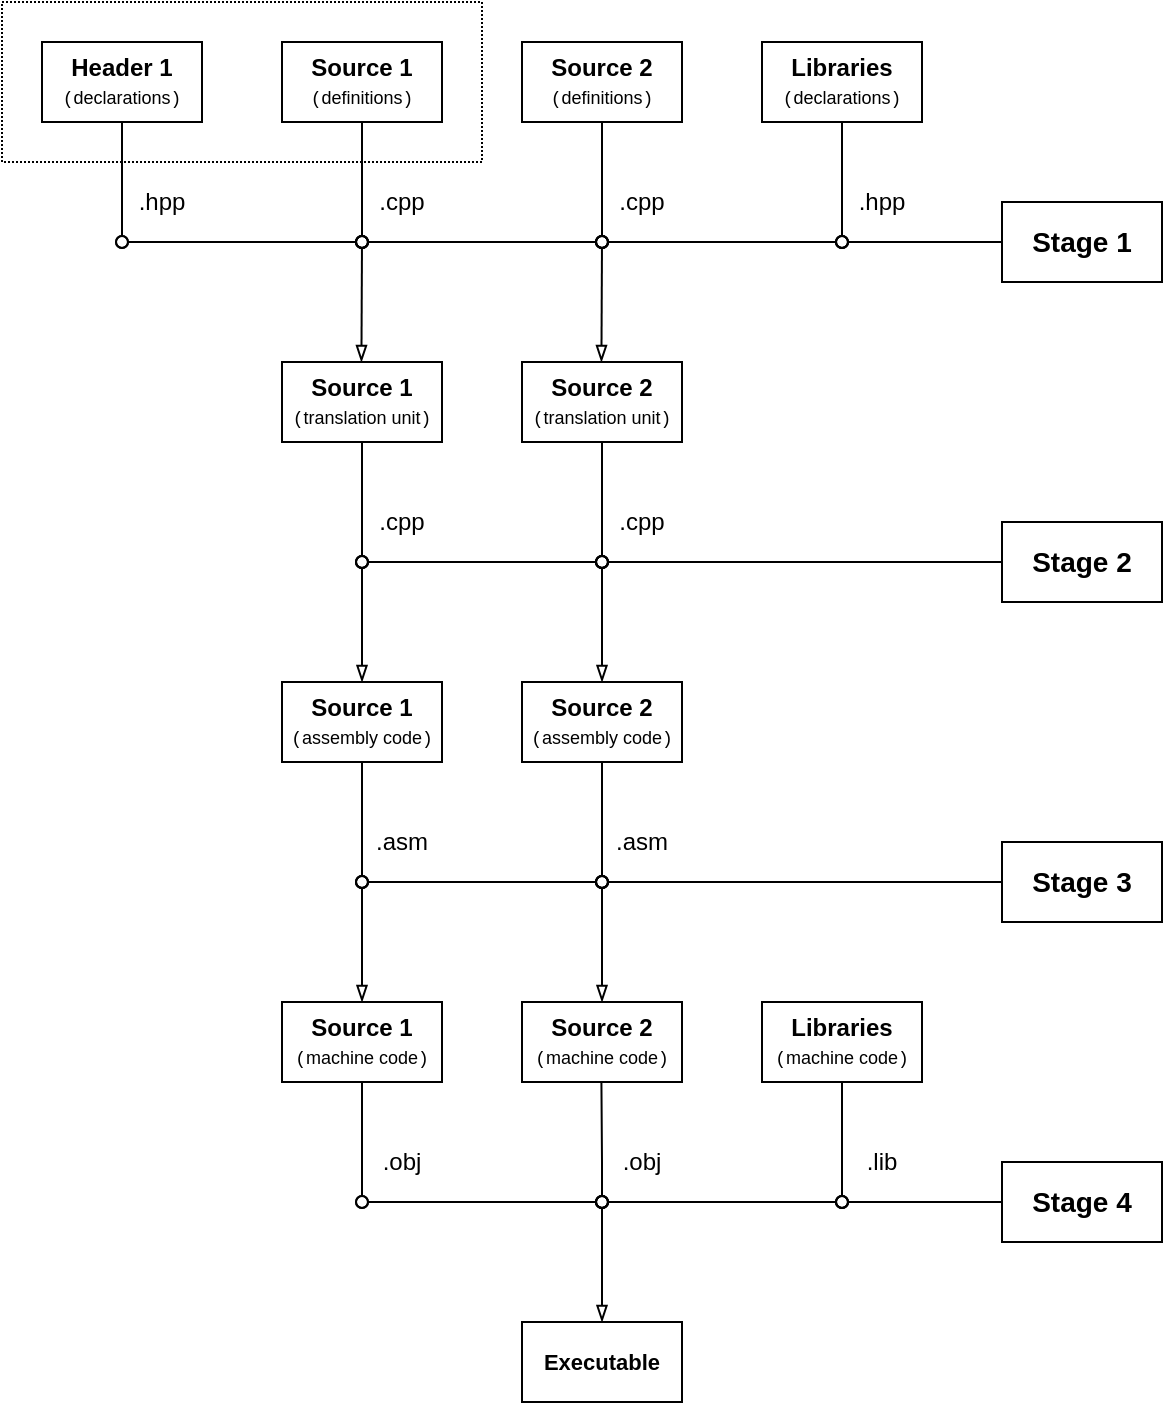
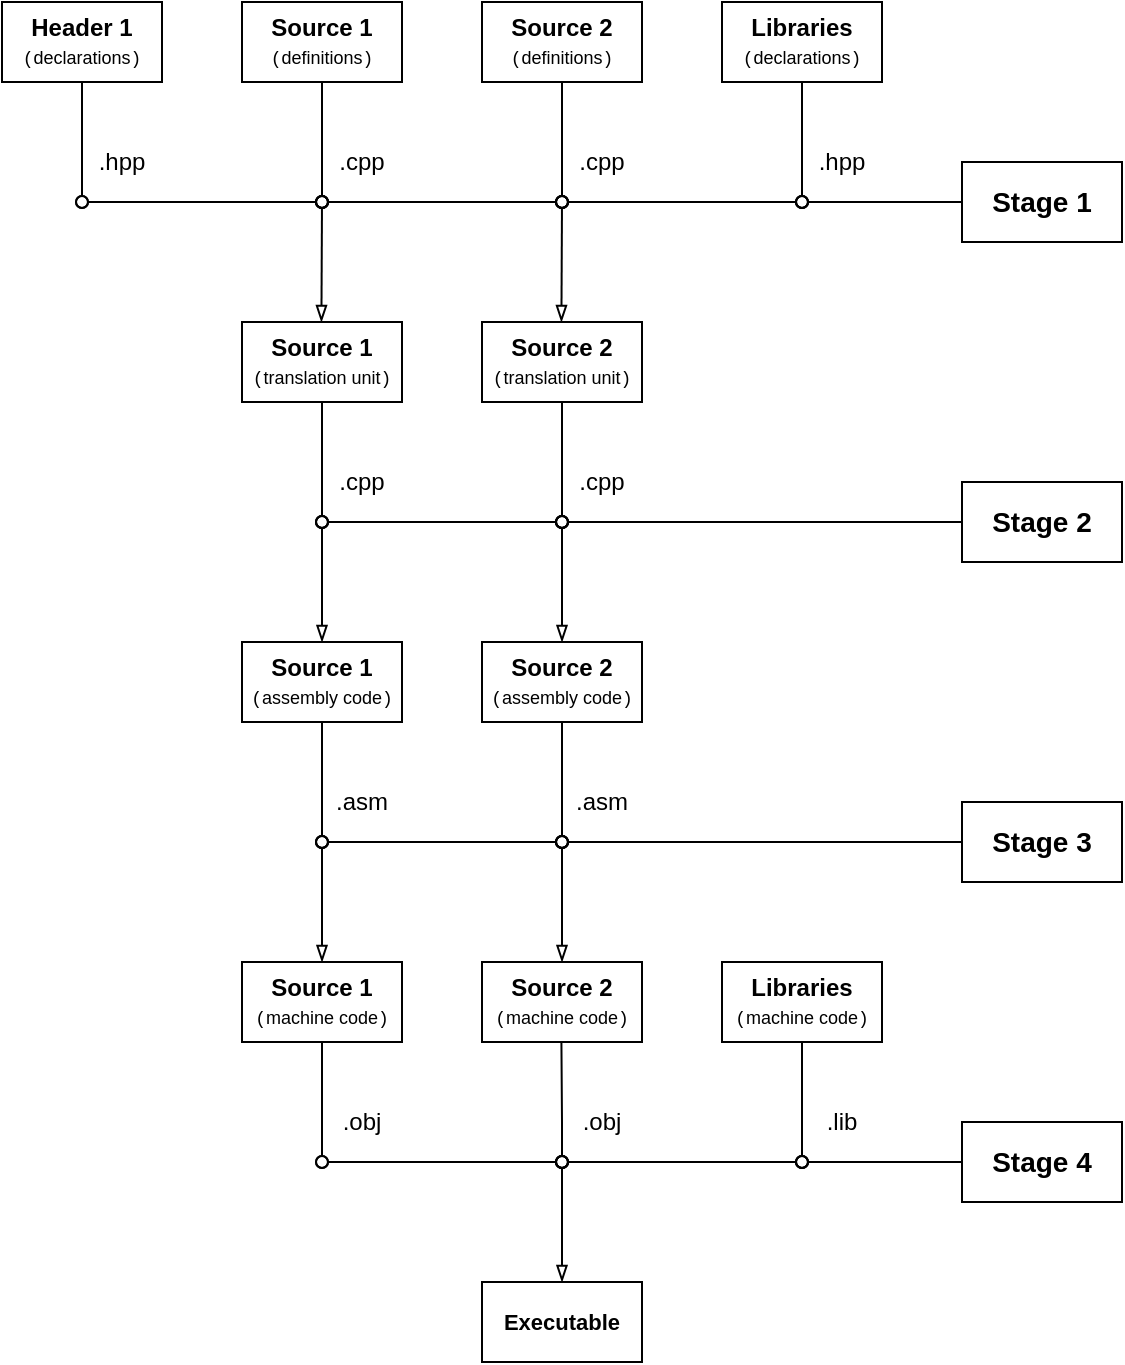
<mxfile host="app.diagrams.net" agent="Mozilla/5.0 (X11; Linux x86_64) AppleWebKit/537.36 (KHTML, like Gecko) Chrome/131.0.0.0 Safari/537.36">
  <diagram name="Страница — 1" id="S_IzX6l6qBvCFPKK4t_y">
-     <mxGraphModel dx="1348" dy="793" grid="1" gridSize="10" guides="1" tooltips="1" connect="1" arrows="1" fold="1" page="0" pageScale="1" pageWidth="827" pageHeight="1169" math="0" shadow="0">
+     <mxGraphModel dx="1348" dy="913" grid="0" gridSize="10" guides="1" tooltips="1" connect="1" arrows="1" fold="1" page="0" pageScale="1" pageWidth="827" pageHeight="1169" math="0" shadow="0">
      <root>
        <mxCell id="0" />
        <mxCell id="1" parent="0" />
-         <mxCell id="GgP-nV2CVQ64mw5wIq2N-1" parent="1" style="rounded=0;whiteSpace=wrap;html=1;fillColor=none;dashed=1;dashPattern=1 1;" value="" vertex="1">
-           <mxGeometry height="80" width="240" x="180" y="180" as="geometry" />
-         </mxCell>
        <mxCell id="p5cIM7SI1FKslKuhm6dL-2" parent="1" style="rounded=0;whiteSpace=wrap;html=1;fillColor=none;" value="&lt;b&gt;&lt;font face=&quot;Helvetica&quot; style=&quot;font-size: 14px;&quot;&gt;Stage 1&lt;/font&gt;&lt;/b&gt;" vertex="1">
          <mxGeometry height="40" width="80" x="680" y="280" as="geometry" />
        </mxCell>
        <mxCell id="p5cIM7SI1FKslKuhm6dL-3" parent="1" style="rounded=0;whiteSpace=wrap;html=1;" value="&lt;font&gt;&lt;font face=&quot;Helvetica&quot;&gt;&lt;b style=&quot;&quot;&gt;Source 1&lt;/b&gt;&lt;/font&gt;&lt;/font&gt;&lt;div&gt;&lt;font style=&quot;font-size: 9px;&quot;&gt;&lt;font style=&quot;&quot;&gt;&lt;span style=&quot;background-color: transparent; color: light-dark(rgb(0, 0, 0), rgb(255, 255, 255));&quot;&gt;&lt;font face=&quot;Courier New&quot;&gt;(&lt;/font&gt;definitions&lt;/span&gt;&lt;/font&gt;&lt;span style=&quot;background-color: transparent; color: light-dark(rgb(0, 0, 0), rgb(255, 255, 255));&quot;&gt;&lt;font face=&quot;Courier New&quot;&gt;)&lt;/font&gt;&lt;/span&gt;&lt;/font&gt;&lt;/div&gt;" vertex="1">
          <mxGeometry height="40" width="80" x="320" y="200" as="geometry" />
        </mxCell>
        <mxCell id="p5cIM7SI1FKslKuhm6dL-4" parent="1" style="rounded=0;whiteSpace=wrap;html=1;" value="&lt;font face=&quot;Helvetica&quot;&gt;&lt;b style=&quot;&quot;&gt;Source 2&lt;/b&gt;&lt;/font&gt;&lt;div&gt;&lt;font style=&quot;font-size: 9px;&quot;&gt;&lt;font style=&quot;&quot; face=&quot;Courier New&quot;&gt;(&lt;/font&gt;definitions&lt;span style=&quot;color: light-dark(rgb(0, 0, 0), rgb(255, 255, 255)); background-color: transparent;&quot;&gt;&lt;font face=&quot;Courier New&quot; style=&quot;&quot;&gt;)&lt;/font&gt;&lt;/span&gt;&lt;/font&gt;&lt;/div&gt;" vertex="1">
          <mxGeometry height="40" width="80" x="440" y="200" as="geometry" />
        </mxCell>
        <mxCell id="p5cIM7SI1FKslKuhm6dL-5" parent="1" style="rounded=0;whiteSpace=wrap;html=1;" value="&lt;b&gt;&lt;font&gt;Source 1&lt;/font&gt;&lt;/b&gt;&lt;div&gt;&lt;font style=&quot;font-size: 9px;&quot;&gt;&lt;font face=&quot;Courier New&quot;&gt;(&lt;/font&gt;translation unit&lt;font face=&quot;Courier New&quot;&gt;)&lt;/font&gt;&lt;/font&gt;&lt;/div&gt;" vertex="1">
          <mxGeometry height="40" width="80" x="320" y="360" as="geometry" />
        </mxCell>
        <mxCell id="p5cIM7SI1FKslKuhm6dL-32" parent="1" style="rounded=0;whiteSpace=wrap;html=1;" value="&lt;b style=&quot;font-family: Helvetica;&quot;&gt;&lt;font&gt;Header 1&lt;/font&gt;&lt;/b&gt;&lt;br&gt;&lt;font style=&quot;font-size: 9px;&quot; face=&quot;Courier New&quot;&gt;(&lt;/font&gt;&lt;font style=&quot;font-size: 9px;&quot;&gt;declarations&lt;font face=&quot;Courier New&quot;&gt;)&lt;/font&gt;&lt;/font&gt;" vertex="1">
          <mxGeometry height="40" width="80" x="200" y="200" as="geometry" />
        </mxCell>
        <mxCell id="p5cIM7SI1FKslKuhm6dL-38" edge="1" parent="1" style="endArrow=oval;html=1;rounded=0;startArrow=oval;startFill=0;endFill=0;" value="">
          <mxGeometry height="50" relative="1" width="50" as="geometry">
            <mxPoint x="480" y="300" as="sourcePoint" />
            <mxPoint x="600" y="300" as="targetPoint" />
          </mxGeometry>
        </mxCell>
        <mxCell id="p5cIM7SI1FKslKuhm6dL-41" edge="1" parent="1" style="endArrow=blockThin;html=1;rounded=0;endFill=0;startArrow=oval;startFill=0;" value="">
          <mxGeometry height="50" relative="1" width="50" as="geometry">
            <mxPoint x="360" y="300" as="sourcePoint" />
            <mxPoint x="359.71" y="360" as="targetPoint" />
          </mxGeometry>
        </mxCell>
        <mxCell id="p5cIM7SI1FKslKuhm6dL-42" edge="1" parent="1" style="endArrow=blockThin;html=1;rounded=0;endFill=0;startArrow=oval;startFill=0;" value="">
          <mxGeometry height="50" relative="1" width="50" as="geometry">
            <mxPoint x="480" y="300" as="sourcePoint" />
            <mxPoint x="479.71" y="360" as="targetPoint" />
          </mxGeometry>
        </mxCell>
        <mxCell id="p5cIM7SI1FKslKuhm6dL-45" parent="1" style="rounded=0;whiteSpace=wrap;html=1;fillColor=none;" value="&lt;b&gt;&lt;font face=&quot;Helvetica&quot; style=&quot;font-size: 14px;&quot;&gt;Stage 2&lt;/font&gt;&lt;/b&gt;" vertex="1">
          <mxGeometry height="40" width="80" x="680" y="440" as="geometry" />
        </mxCell>
        <mxCell id="p5cIM7SI1FKslKuhm6dL-46" edge="1" parent="1" style="endArrow=blockThin;html=1;rounded=0;endFill=0;entryX=0.5;entryY=0;entryDx=0;entryDy=0;startArrow=oval;startFill=0;" value="">
          <mxGeometry height="50" relative="1" width="50" as="geometry">
            <mxPoint x="360" y="620" as="sourcePoint" />
            <mxPoint x="360" y="680" as="targetPoint" />
          </mxGeometry>
        </mxCell>
        <mxCell id="p5cIM7SI1FKslKuhm6dL-47" edge="1" parent="1" style="endArrow=blockThin;html=1;rounded=0;endFill=0;entryX=0.5;entryY=0;entryDx=0;entryDy=0;startArrow=oval;startFill=0;" value="">
          <mxGeometry height="50" relative="1" width="50" as="geometry">
            <mxPoint x="480" y="620" as="sourcePoint" />
            <mxPoint x="480" y="680" as="targetPoint" />
          </mxGeometry>
        </mxCell>
        <mxCell id="p5cIM7SI1FKslKuhm6dL-49" edge="1" parent="1" style="endArrow=oval;html=1;strokeWidth=1;rounded=0;exitX=0.5;exitY=1;exitDx=0;exitDy=0;endFill=0;" value="">
          <mxGeometry height="50" relative="1" width="50" as="geometry">
            <Array as="points">
              <mxPoint x="240" y="300" />
            </Array>
            <mxPoint x="240" y="240" as="sourcePoint" />
            <mxPoint x="240" y="300" as="targetPoint" />
          </mxGeometry>
        </mxCell>
        <mxCell id="p5cIM7SI1FKslKuhm6dL-59" parent="1" style="rounded=0;whiteSpace=wrap;html=1;fillColor=none;" value="&lt;b&gt;&lt;font face=&quot;Helvetica&quot; style=&quot;font-size: 14px;&quot;&gt;Stage 4&lt;/font&gt;&lt;/b&gt;" vertex="1">
          <mxGeometry height="40" width="80" x="680" y="760" as="geometry" />
        </mxCell>
        <mxCell id="p5cIM7SI1FKslKuhm6dL-65" edge="1" parent="1" style="endArrow=oval;html=1;rounded=0;exitX=0.5;exitY=1;exitDx=0;exitDy=0;endFill=0;" value="">
          <mxGeometry height="50" relative="1" width="50" as="geometry">
            <Array as="points">
              <mxPoint x="480" y="760" />
            </Array>
            <mxPoint x="479.71" y="720" as="sourcePoint" />
            <mxPoint x="480" y="780" as="targetPoint" />
          </mxGeometry>
        </mxCell>
        <mxCell id="p5cIM7SI1FKslKuhm6dL-66" parent="1" style="rounded=0;whiteSpace=wrap;html=1;fillColor=none;" value="&lt;b style=&quot;&quot;&gt;&lt;font style=&quot;font-size: 11px;&quot;&gt;Executable&lt;/font&gt;&lt;/b&gt;" vertex="1">
          <mxGeometry height="40" width="80" x="440" y="840" as="geometry" />
        </mxCell>
        <mxCell id="p5cIM7SI1FKslKuhm6dL-82" edge="1" parent="1" style="endArrow=oval;html=1;rounded=0;startArrow=oval;startFill=0;endFill=0;" value="">
          <mxGeometry height="50" relative="1" width="50" as="geometry">
            <mxPoint x="360" y="300" as="sourcePoint" />
            <mxPoint x="480" y="300" as="targetPoint" />
          </mxGeometry>
        </mxCell>
        <mxCell id="p5cIM7SI1FKslKuhm6dL-83" edge="1" parent="1" style="endArrow=oval;html=1;rounded=0;startArrow=oval;startFill=0;endFill=0;" value="">
          <mxGeometry height="50" relative="1" width="50" as="geometry">
            <mxPoint x="360" y="460" as="sourcePoint" />
            <mxPoint x="480" y="460" as="targetPoint" />
          </mxGeometry>
        </mxCell>
        <mxCell id="p5cIM7SI1FKslKuhm6dL-44" edge="1" parent="1" style="endArrow=none;html=1;rounded=0;startArrow=oval;startFill=0;endFill=0;entryX=0;entryY=0.5;entryDx=0;entryDy=0;" target="p5cIM7SI1FKslKuhm6dL-45" value="">
          <mxGeometry height="50" relative="1" width="50" as="geometry">
            <mxPoint x="480" y="460" as="sourcePoint" />
            <mxPoint x="540" y="410" as="targetPoint" />
          </mxGeometry>
        </mxCell>
        <mxCell id="p5cIM7SI1FKslKuhm6dL-85" edge="1" parent="1" style="endArrow=none;html=1;rounded=0;entryX=0.5;entryY=1;entryDx=0;entryDy=0;startArrow=oval;startFill=0;" value="">
          <mxGeometry height="50" relative="1" width="50" as="geometry">
            <mxPoint x="360" y="780" as="sourcePoint" />
            <mxPoint x="360" y="720" as="targetPoint" />
          </mxGeometry>
        </mxCell>
        <mxCell id="p5cIM7SI1FKslKuhm6dL-86" edge="1" parent="1" style="endArrow=blockThin;html=1;rounded=0;endFill=0;entryX=0.5;entryY=0;entryDx=0;entryDy=0;startArrow=oval;startFill=0;" target="p5cIM7SI1FKslKuhm6dL-66" value="">
          <mxGeometry height="50" relative="1" width="50" as="geometry">
            <mxPoint x="480" y="780" as="sourcePoint" />
            <mxPoint x="490" y="690" as="targetPoint" />
          </mxGeometry>
        </mxCell>
        <mxCell id="Im6-Hzp5tfuL-U-zUDxX-2" parent="1" style="rounded=0;whiteSpace=wrap;html=1;" value="&lt;b&gt;&lt;font&gt;Source 2&lt;/font&gt;&lt;/b&gt;&lt;div&gt;&lt;font style=&quot;font-size: 9px;&quot;&gt;&lt;font face=&quot;Courier New&quot;&gt;(&lt;/font&gt;translation unit&lt;font face=&quot;Courier New&quot;&gt;)&lt;/font&gt;&lt;/font&gt;&lt;/div&gt;" vertex="1">
          <mxGeometry height="40" width="80" x="440" y="360" as="geometry" />
        </mxCell>
        <mxCell id="XEa0uay3GoqvfWMo62su-1" parent="1" style="text;html=1;align=center;verticalAlign=middle;whiteSpace=wrap;rounded=0;fontSize=12;" value="&lt;font&gt;.cpp&lt;/font&gt;" vertex="1">
          <mxGeometry height="40" width="40" x="360" y="260" as="geometry" />
        </mxCell>
        <mxCell id="XEa0uay3GoqvfWMo62su-2" parent="1" style="text;html=1;align=center;verticalAlign=middle;whiteSpace=wrap;rounded=0;fontSize=12;" value="&lt;font&gt;.cpp&lt;/font&gt;" vertex="1">
          <mxGeometry height="40" width="40" x="480" y="260" as="geometry" />
        </mxCell>
        <mxCell id="XEa0uay3GoqvfWMo62su-4" parent="1" style="text;html=1;align=center;verticalAlign=middle;whiteSpace=wrap;rounded=0;fontSize=12;" value="&lt;font&gt;.hpp&lt;/font&gt;" vertex="1">
          <mxGeometry height="40" width="40" x="600" y="260" as="geometry" />
        </mxCell>
        <mxCell id="XEa0uay3GoqvfWMo62su-5" parent="1" style="text;html=1;align=center;verticalAlign=middle;whiteSpace=wrap;rounded=0;fontSize=12;" value="&lt;font&gt;.obj&lt;/font&gt;" vertex="1">
          <mxGeometry height="40" width="40" x="480" y="740" as="geometry" />
        </mxCell>
        <mxCell id="XEa0uay3GoqvfWMo62su-6" parent="1" style="text;html=1;align=center;verticalAlign=middle;whiteSpace=wrap;rounded=0;fontSize=12;" value="&lt;font&gt;.obj&lt;/font&gt;" vertex="1">
          <mxGeometry height="40" width="40" x="360" y="740" as="geometry" />
        </mxCell>
        <mxCell id="XEa0uay3GoqvfWMo62su-7" parent="1" style="text;html=1;align=center;verticalAlign=middle;whiteSpace=wrap;rounded=0;fontSize=12;" value="&lt;font&gt;.lib&lt;/font&gt;" vertex="1">
          <mxGeometry height="40" width="40" x="600" y="740" as="geometry" />
        </mxCell>
        <mxCell id="XEa0uay3GoqvfWMo62su-9" edge="1" parent="1" style="endArrow=none;html=1;rounded=0;entryX=0.5;entryY=1;entryDx=0;entryDy=0;startArrow=oval;startFill=0;" value="">
          <mxGeometry height="50" relative="1" width="50" as="geometry">
            <mxPoint x="600" y="300" as="sourcePoint" />
            <mxPoint x="600" y="240" as="targetPoint" />
          </mxGeometry>
        </mxCell>
        <mxCell id="XEa0uay3GoqvfWMo62su-10" edge="1" parent="1" style="endArrow=none;html=1;rounded=0;entryX=0.5;entryY=1;entryDx=0;entryDy=0;startArrow=oval;startFill=0;" value="">
          <mxGeometry height="50" relative="1" width="50" as="geometry">
            <mxPoint x="600" y="780" as="sourcePoint" />
            <mxPoint x="600" y="720" as="targetPoint" />
          </mxGeometry>
        </mxCell>
        <mxCell id="XEa0uay3GoqvfWMo62su-11" parent="1" style="text;html=1;align=center;verticalAlign=middle;whiteSpace=wrap;rounded=0;fontSize=12;" value="&lt;font&gt;.hpp&lt;/font&gt;" vertex="1">
          <mxGeometry height="40" width="40" x="240" y="260" as="geometry" />
        </mxCell>
        <mxCell id="XEa0uay3GoqvfWMo62su-12" edge="1" parent="1" style="endArrow=oval;html=1;rounded=0;endFill=0;startArrow=oval;startFill=0;" value="">
          <mxGeometry height="50" relative="1" width="50" as="geometry">
            <mxPoint x="240" y="300" as="sourcePoint" />
            <mxPoint x="360" y="300" as="targetPoint" />
          </mxGeometry>
        </mxCell>
        <mxCell id="eR89QSQYgPDzaTSiKChn-1" edge="1" parent="1" style="endArrow=none;html=1;rounded=0;entryX=0.5;entryY=1;entryDx=0;entryDy=0;startArrow=oval;startFill=0;" target="p5cIM7SI1FKslKuhm6dL-3" value="">
          <mxGeometry height="50" relative="1" width="50" as="geometry">
            <mxPoint x="360" y="300" as="sourcePoint" />
            <mxPoint x="320" y="320" as="targetPoint" />
          </mxGeometry>
        </mxCell>
        <mxCell id="eR89QSQYgPDzaTSiKChn-2" edge="1" parent="1" style="endArrow=none;html=1;rounded=0;entryX=0.5;entryY=1;entryDx=0;entryDy=0;startArrow=oval;startFill=0;" value="">
          <mxGeometry height="50" relative="1" width="50" as="geometry">
            <mxPoint x="480" y="300" as="sourcePoint" />
            <mxPoint x="480" y="240" as="targetPoint" />
          </mxGeometry>
        </mxCell>
        <mxCell id="eR89QSQYgPDzaTSiKChn-3" edge="1" parent="1" style="endArrow=none;html=1;rounded=0;entryX=0;entryY=0.5;entryDx=0;entryDy=0;startArrow=oval;startFill=0;" target="p5cIM7SI1FKslKuhm6dL-2" value="">
          <mxGeometry height="50" relative="1" width="50" as="geometry">
            <mxPoint x="600" y="300" as="sourcePoint" />
            <mxPoint x="620" y="260" as="targetPoint" />
          </mxGeometry>
        </mxCell>
        <mxCell id="eR89QSQYgPDzaTSiKChn-4" edge="1" parent="1" style="endArrow=none;html=1;rounded=0;entryX=0;entryY=0;entryDx=0;entryDy=0;startArrow=oval;startFill=0;" value="">
          <mxGeometry height="50" relative="1" width="50" as="geometry">
            <mxPoint x="360" y="460" as="sourcePoint" />
            <mxPoint x="360" y="400" as="targetPoint" />
          </mxGeometry>
        </mxCell>
        <mxCell id="eR89QSQYgPDzaTSiKChn-5" edge="1" parent="1" style="endArrow=none;html=1;rounded=0;entryX=0;entryY=0;entryDx=0;entryDy=0;startArrow=oval;startFill=0;" value="">
          <mxGeometry height="50" relative="1" width="50" as="geometry">
            <mxPoint x="480" y="460" as="sourcePoint" />
            <mxPoint x="480" y="400" as="targetPoint" />
          </mxGeometry>
        </mxCell>
        <mxCell id="eR89QSQYgPDzaTSiKChn-6" edge="1" parent="1" style="endArrow=oval;html=1;rounded=0;startArrow=oval;startFill=0;endFill=0;" value="">
          <mxGeometry height="50" relative="1" width="50" as="geometry">
            <mxPoint x="360" y="780" as="sourcePoint" />
            <mxPoint x="480" y="780" as="targetPoint" />
          </mxGeometry>
        </mxCell>
        <mxCell id="eR89QSQYgPDzaTSiKChn-7" edge="1" parent="1" style="endArrow=oval;html=1;rounded=0;startArrow=oval;startFill=0;endFill=0;" value="">
          <mxGeometry height="50" relative="1" width="50" as="geometry">
            <mxPoint x="480" y="780" as="sourcePoint" />
            <mxPoint x="600" y="780" as="targetPoint" />
          </mxGeometry>
        </mxCell>
        <mxCell id="eR89QSQYgPDzaTSiKChn-8" edge="1" parent="1" style="endArrow=none;html=1;rounded=0;entryX=0;entryY=0.5;entryDx=0;entryDy=0;startArrow=oval;startFill=0;" target="p5cIM7SI1FKslKuhm6dL-59" value="">
          <mxGeometry height="50" relative="1" width="50" as="geometry">
            <mxPoint x="600" y="780" as="sourcePoint" />
            <mxPoint x="690" y="830" as="targetPoint" />
          </mxGeometry>
        </mxCell>
        <mxCell id="IG8RY1Fuc_Ou4JWe4hBw-1" parent="1" style="rounded=0;whiteSpace=wrap;html=1;fillColor=none;" value="&lt;b&gt;&lt;font face=&quot;Helvetica&quot; style=&quot;font-size: 14px;&quot;&gt;Stage 3&lt;/font&gt;&lt;/b&gt;" vertex="1">
          <mxGeometry height="40" width="80" x="680" y="600" as="geometry" />
        </mxCell>
        <mxCell id="IG8RY1Fuc_Ou4JWe4hBw-2" edge="1" parent="1" style="endArrow=oval;html=1;rounded=0;startArrow=oval;startFill=0;endFill=0;" value="">
          <mxGeometry height="50" relative="1" width="50" as="geometry">
            <mxPoint x="360" y="620" as="sourcePoint" />
            <mxPoint x="480" y="620" as="targetPoint" />
          </mxGeometry>
        </mxCell>
        <mxCell id="IG8RY1Fuc_Ou4JWe4hBw-3" edge="1" parent="1" style="endArrow=none;html=1;rounded=0;startArrow=oval;startFill=0;endFill=0;entryX=0;entryY=0.5;entryDx=0;entryDy=0;" target="IG8RY1Fuc_Ou4JWe4hBw-1" value="">
          <mxGeometry height="50" relative="1" width="50" as="geometry">
            <mxPoint x="480" y="620" as="sourcePoint" />
            <mxPoint x="740" y="540" as="targetPoint" />
          </mxGeometry>
        </mxCell>
        <mxCell id="IG8RY1Fuc_Ou4JWe4hBw-4" parent="1" style="text;html=1;align=center;verticalAlign=middle;whiteSpace=wrap;rounded=0;fontSize=12;" value="&lt;font&gt;.cpp&lt;/font&gt;" vertex="1">
          <mxGeometry height="40" width="40" x="360" y="420" as="geometry" />
        </mxCell>
        <mxCell id="IG8RY1Fuc_Ou4JWe4hBw-5" parent="1" style="text;html=1;align=center;verticalAlign=middle;whiteSpace=wrap;rounded=0;fontSize=12;" value="&lt;font&gt;.cpp&lt;/font&gt;" vertex="1">
          <mxGeometry height="40" width="40" x="480" y="420" as="geometry" />
        </mxCell>
        <mxCell id="IG8RY1Fuc_Ou4JWe4hBw-6" parent="1" style="rounded=0;whiteSpace=wrap;html=1;" value="&lt;b&gt;&lt;font&gt;Source 1&lt;/font&gt;&lt;/b&gt;&lt;div&gt;&lt;font style=&quot;font-size: 9px;&quot;&gt;&lt;font face=&quot;Courier New&quot;&gt;(&lt;/font&gt;assembly code&lt;font face=&quot;Courier New&quot;&gt;)&lt;/font&gt;&lt;/font&gt;&lt;/div&gt;" vertex="1">
          <mxGeometry height="40" width="80" x="320" y="520" as="geometry" />
        </mxCell>
        <mxCell id="IG8RY1Fuc_Ou4JWe4hBw-7" parent="1" style="rounded=0;whiteSpace=wrap;html=1;" value="&lt;b&gt;&lt;font&gt;Source 2&lt;/font&gt;&lt;/b&gt;&lt;div&gt;&lt;font style=&quot;font-size: 9px;&quot;&gt;&lt;font face=&quot;Courier New&quot;&gt;(&lt;/font&gt;assembly code&lt;font face=&quot;Courier New&quot;&gt;)&lt;/font&gt;&lt;/font&gt;&lt;/div&gt;" vertex="1">
          <mxGeometry height="40" width="80" x="440" y="520" as="geometry" />
        </mxCell>
        <mxCell id="IG8RY1Fuc_Ou4JWe4hBw-8" edge="1" parent="1" style="endArrow=none;html=1;rounded=0;entryX=0.5;entryY=1;entryDx=0;entryDy=0;startArrow=oval;startFill=0;" target="IG8RY1Fuc_Ou4JWe4hBw-6" value="">
          <mxGeometry height="50" relative="1" width="50" as="geometry">
            <mxPoint x="360" y="620" as="sourcePoint" />
            <mxPoint x="300" y="600" as="targetPoint" />
          </mxGeometry>
        </mxCell>
        <mxCell id="IG8RY1Fuc_Ou4JWe4hBw-9" edge="1" parent="1" style="endArrow=none;html=1;rounded=0;entryX=0.5;entryY=1;entryDx=0;entryDy=0;startArrow=oval;startFill=0;" target="IG8RY1Fuc_Ou4JWe4hBw-7" value="">
          <mxGeometry height="50" relative="1" width="50" as="geometry">
            <mxPoint x="480" y="620" as="sourcePoint" />
            <mxPoint x="450" y="580" as="targetPoint" />
          </mxGeometry>
        </mxCell>
        <mxCell id="IG8RY1Fuc_Ou4JWe4hBw-10" parent="1" style="text;html=1;align=center;verticalAlign=middle;whiteSpace=wrap;rounded=0;fontSize=12;" value="&lt;font&gt;.asm&lt;/font&gt;" vertex="1">
          <mxGeometry height="40" width="40" x="480" y="580" as="geometry" />
        </mxCell>
        <mxCell id="IG8RY1Fuc_Ou4JWe4hBw-11" parent="1" style="text;html=1;align=center;verticalAlign=middle;whiteSpace=wrap;rounded=0;fontSize=12;" value="&lt;font&gt;.asm&lt;/font&gt;" vertex="1">
          <mxGeometry height="40" width="40" x="360" y="580" as="geometry" />
        </mxCell>
        <mxCell id="IG8RY1Fuc_Ou4JWe4hBw-12" edge="1" parent="1" style="endArrow=blockThin;html=1;rounded=0;endFill=0;startArrow=oval;startFill=0;entryX=0.5;entryY=0;entryDx=0;entryDy=0;" target="IG8RY1Fuc_Ou4JWe4hBw-6" value="">
          <mxGeometry height="50" relative="1" width="50" as="geometry">
            <mxPoint x="360" y="460" as="sourcePoint" />
            <mxPoint x="260" y="540" as="targetPoint" />
          </mxGeometry>
        </mxCell>
        <mxCell id="IG8RY1Fuc_Ou4JWe4hBw-13" edge="1" parent="1" source="IG8RY1Fuc_Ou4JWe4hBw-5" style="endArrow=blockThin;html=1;rounded=0;endFill=0;startArrow=oval;startFill=0;entryX=0.5;entryY=0;entryDx=0;entryDy=0;exitX=0;exitY=1;exitDx=0;exitDy=0;" target="IG8RY1Fuc_Ou4JWe4hBw-7" value="">
          <mxGeometry height="50" relative="1" width="50" as="geometry">
            <mxPoint x="380.29" y="480" as="sourcePoint" />
            <mxPoint x="380" y="540" as="targetPoint" />
          </mxGeometry>
        </mxCell>
        <mxCell id="IG8RY1Fuc_Ou4JWe4hBw-14" parent="1" style="rounded=0;whiteSpace=wrap;html=1;" value="&lt;b&gt;&lt;font&gt;Source 1&lt;/font&gt;&lt;/b&gt;&lt;div&gt;&lt;font style=&quot;font-size: 9px;&quot;&gt;&lt;font face=&quot;Courier New&quot;&gt;(&lt;/font&gt;machine code&lt;font face=&quot;Courier New&quot;&gt;)&lt;/font&gt;&lt;/font&gt;&lt;/div&gt;" vertex="1">
          <mxGeometry height="40" width="80" x="320" y="680" as="geometry" />
        </mxCell>
        <mxCell id="IG8RY1Fuc_Ou4JWe4hBw-15" parent="1" style="rounded=0;whiteSpace=wrap;html=1;" value="&lt;b&gt;&lt;font&gt;Source 2&lt;/font&gt;&lt;/b&gt;&lt;div&gt;&lt;font style=&quot;font-size: 9px;&quot;&gt;&lt;font face=&quot;Courier New&quot;&gt;(&lt;/font&gt;machine code&lt;font face=&quot;Courier New&quot;&gt;)&lt;/font&gt;&lt;/font&gt;&lt;/div&gt;" vertex="1">
          <mxGeometry height="40" width="80" x="440" y="680" as="geometry" />
        </mxCell>
        <mxCell id="IG8RY1Fuc_Ou4JWe4hBw-16" parent="1" style="rounded=0;whiteSpace=wrap;html=1;" value="&lt;font face=&quot;Helvetica&quot;&gt;&lt;b style=&quot;&quot;&gt;Libraries&lt;/b&gt;&lt;/font&gt;&lt;div&gt;&lt;font style=&quot;font-size: 9px;&quot;&gt;&lt;font style=&quot;&quot; face=&quot;Courier New&quot;&gt;(&lt;/font&gt;&lt;span style=&quot;color: light-dark(rgb(0, 0, 0), rgb(255, 255, 255)); background-color: transparent;&quot;&gt;declarations&lt;/span&gt;&lt;span style=&quot;color: light-dark(rgb(0, 0, 0), rgb(255, 255, 255)); background-color: transparent;&quot;&gt;&lt;font face=&quot;Courier New&quot; style=&quot;&quot;&gt;)&lt;/font&gt;&lt;/span&gt;&lt;/font&gt;&lt;/div&gt;" vertex="1">
          <mxGeometry height="40" width="80" x="560" y="200" as="geometry" />
        </mxCell>
        <mxCell id="IG8RY1Fuc_Ou4JWe4hBw-17" parent="1" style="rounded=0;whiteSpace=wrap;html=1;" value="&lt;b&gt;&lt;font&gt;Libraries&lt;/font&gt;&lt;/b&gt;&lt;div&gt;&lt;font style=&quot;font-size: 9px;&quot;&gt;&lt;font face=&quot;Courier New&quot;&gt;(&lt;/font&gt;machine code&lt;font face=&quot;Courier New&quot;&gt;)&lt;/font&gt;&lt;/font&gt;&lt;/div&gt;" vertex="1">
          <mxGeometry height="40" width="80" x="560" y="680" as="geometry" />
        </mxCell>
      </root>
    </mxGraphModel>
  </diagram>
</mxfile>
